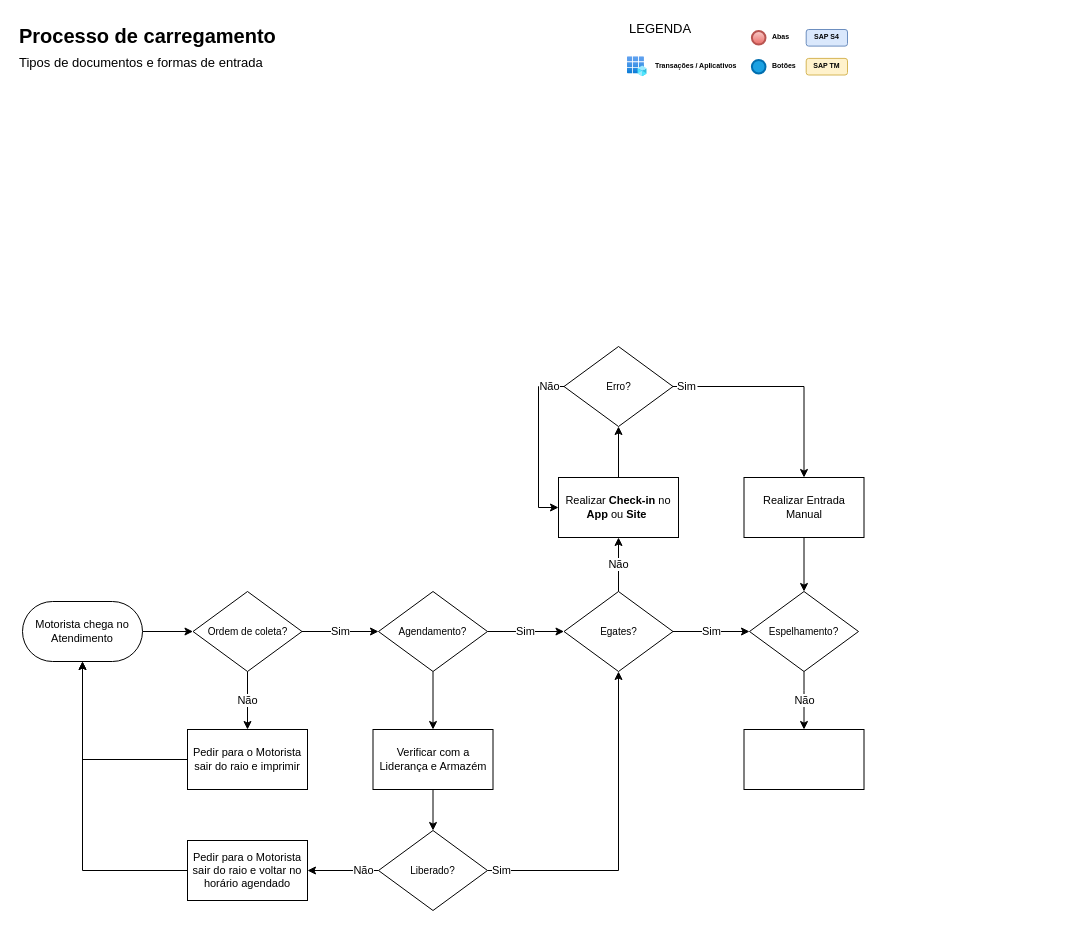
This is Carregamento.drawio from VictorAlvesMatias/fluxogramas, a draw.io file, before an edit. Source tidied: cells renumbered, new cells numbered last; positions are measured from the earlier drawing's top-left corner, leaving out a move shared by most shapes. Both pictures are drawn from the tidied source at 100%, with x=0, y=0 at pixel (17, 17).
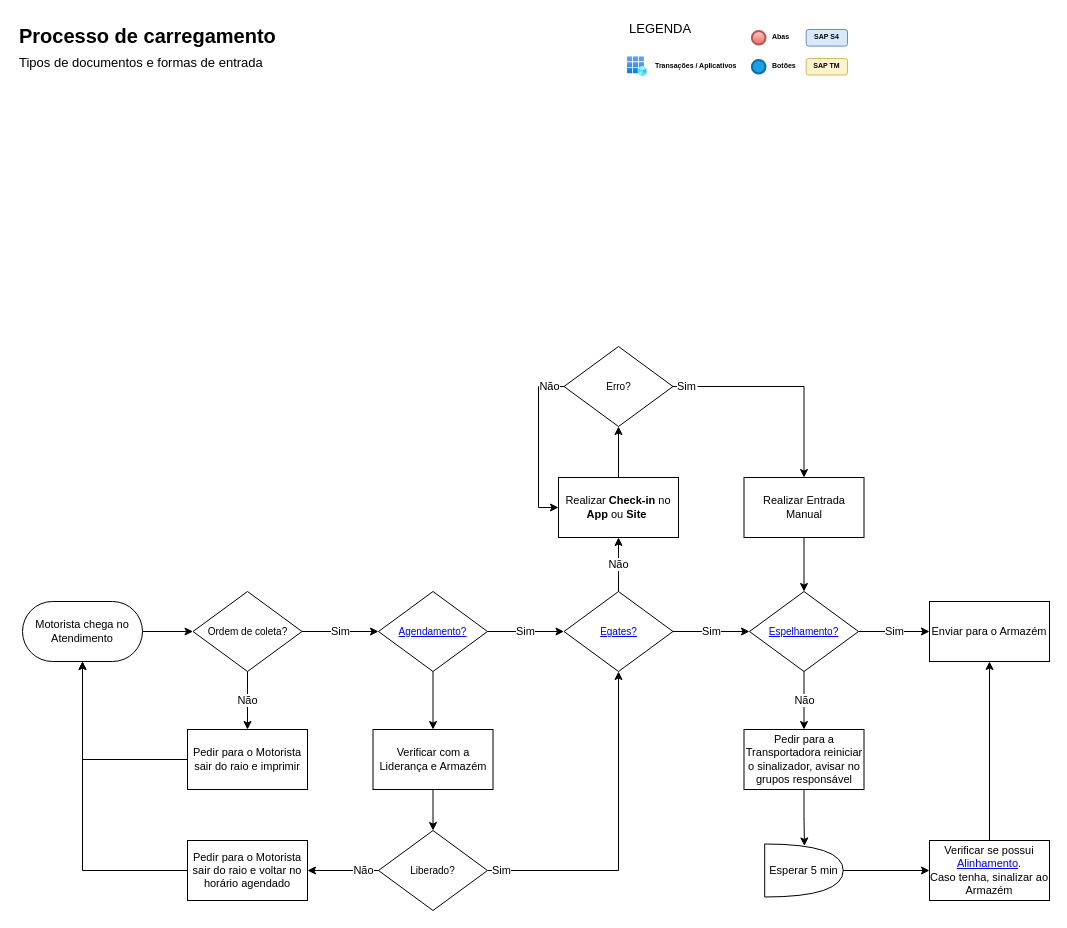
The same page after the edit.

Diff of the diagram source:
```diff
@@
-    <mxCell id="22" value="Agendamento?" style="rhombus;whiteSpace=wrap;html=1;fontSize=10;" parent="1" vertex="1">
+    <mxCell id="22" value="&lt;a href=&quot;https://trackandtrace.com.br/core/monitoring/schedule&quot;&gt;Agendamento?&lt;/a&gt;" style="rhombus;whiteSpace=wrap;html=1;fontSize=10;" parent="1" vertex="1">
       <mxGeometry x="361" y="574" width="109" height="80" as="geometry" />
     </mxCell>
@@
-    <mxCell id="24" value="Egates?" style="rhombus;whiteSpace=wrap;html=1;fontSize=10;" parent="1" vertex="1">
+    <mxCell id="24" value="&lt;a href=&quot;data:page/id,JQofYEXU-NoQVEOPvFRB&quot;&gt;Egates?&lt;/a&gt;" style="rhombus;whiteSpace=wrap;html=1;fontSize=10;" parent="1" vertex="1">
       <mxGeometry x="546.5" y="574" width="109" height="80" as="geometry" />
     </mxCell>
@@
+    <mxCell id="49" value="Sim" style="edgeStyle=orthogonalEdgeStyle;rounded=0;jettySize=auto;html=1;entryX=0;entryY=0.5;entryDx=0;entryDy=0;strokeColor=default;align=center;verticalAlign=middle;fontFamily=Helvetica;fontSize=11;fontColor=default;labelBackgroundColor=default;endArrow=classic;" parent="1" edge="1" source="29" target="53">
+      <mxGeometry relative="1" as="geometry" />
+    </mxCell>
-    <mxCell id="29" value="Espelhamento?" style="rhombus;whiteSpace=wrap;html=1;fontSize=10;" parent="1" vertex="1">
+    <mxCell id="29" value="&lt;a href=&quot;https://trackandtrace.com.br/core/monitoring/panel&quot;&gt;Espelhamento?&lt;/a&gt;" style="rhombus;whiteSpace=wrap;html=1;fontSize=10;" parent="1" vertex="1">
       <mxGeometry x="732" y="574" width="109" height="80" as="geometry" />
     </mxCell>
+    <mxCell id="50" style="edgeStyle=orthogonalEdgeStyle;rounded=0;jettySize=auto;html=1;strokeColor=default;align=center;verticalAlign=middle;fontFamily=Helvetica;fontSize=11;fontColor=default;labelBackgroundColor=default;endArrow=classic;exitX=0.5;exitY=1;exitDx=0;exitDy=0;entryX=0.506;entryY=0.037;entryDx=0;entryDy=0;entryPerimeter=0;" parent="1" edge="1" source="30" target="52">
+      <mxGeometry relative="1" as="geometry">
+        <Array as="points">
+          <mxPoint x="786" y="799" />
+          <mxPoint x="787" y="799" />
+        </Array>
+      </mxGeometry>
+    </mxCell>
-    <mxCell id="30" style="rounded=0;whiteSpace=wrap;html=1;fontSize=11;" parent="1" vertex="1">
+    <mxCell id="30" value="Pedir para a Transportadora reiniciar o sinalizador, avisar no grupos responsável" style="rounded=0;whiteSpace=wrap;html=1;fontSize=11;" parent="1" vertex="1">
       <mxGeometry x="726.5" y="712" width="120" height="60" as="geometry" />
     </mxCell>
@@
+    <mxCell id="51" style="edgeStyle=orthogonalEdgeStyle;rounded=0;jettySize=auto;html=1;strokeColor=default;align=center;verticalAlign=middle;fontFamily=Helvetica;fontSize=11;fontColor=default;labelBackgroundColor=default;endArrow=classic;" parent="1" edge="1" source="52" target="55">
+      <mxGeometry relative="1" as="geometry" />
+    </mxCell>
+    <mxCell id="52" value="Esperar 5 min" style="shape=or;whiteSpace=wrap;html=1;fontFamily=Helvetica;fontSize=11;fontColor=default;labelBackgroundColor=default;" parent="1" vertex="1">
+      <mxGeometry x="747.2" y="826.5" width="78.5" height="53" as="geometry" />
+    </mxCell>
+    <mxCell id="53" value="Enviar para o Armazém" style="rounded=0;whiteSpace=wrap;html=1;fontSize=11;" parent="1" vertex="1">
+      <mxGeometry x="912" y="584" width="120" height="60" as="geometry" />
+    </mxCell>
+    <mxCell id="54" style="edgeStyle=orthogonalEdgeStyle;rounded=0;jettySize=auto;html=1;entryX=0.5;entryY=1;entryDx=0;entryDy=0;strokeColor=default;align=center;verticalAlign=middle;fontFamily=Helvetica;fontSize=11;fontColor=default;labelBackgroundColor=default;endArrow=classic;" parent="1" edge="1" source="55" target="53">
+      <mxGeometry relative="1" as="geometry" />
+    </mxCell>
+    <mxCell id="55" value="Verificar se possui &lt;a href=&quot;https://anheuserbuschinbev-my.sharepoint.com/:x:/r/personal/99821156_ambev_com_br/_layouts/15/doc2.aspx?sourcedoc=%7Bd540b165-c951-422d-8da9-9b79c941bcb3%7D&amp;amp;action=default&quot;&gt;Alinhamento&lt;/a&gt;.&lt;br&gt;Caso tenha, sinalizar ao Armazém" style="rounded=0;whiteSpace=wrap;html=1;fontSize=11;" parent="1" vertex="1">
+      <mxGeometry x="912" y="823" width="120" height="60" as="geometry" />
+    </mxCell>
```
